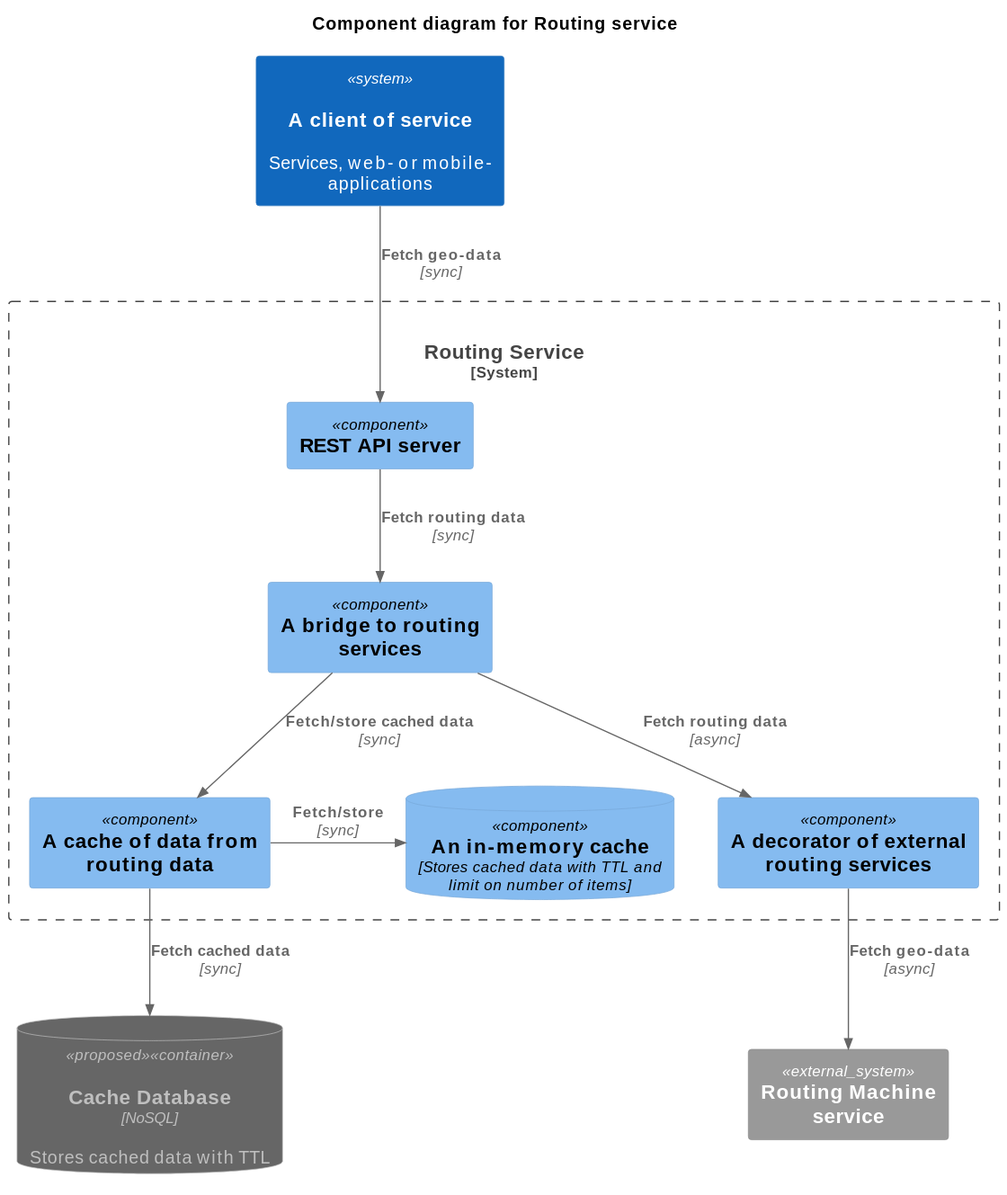
7phs/router keeps this PlantUML diagram as docs/architecture.wsd.svg. Above is the earlier version.
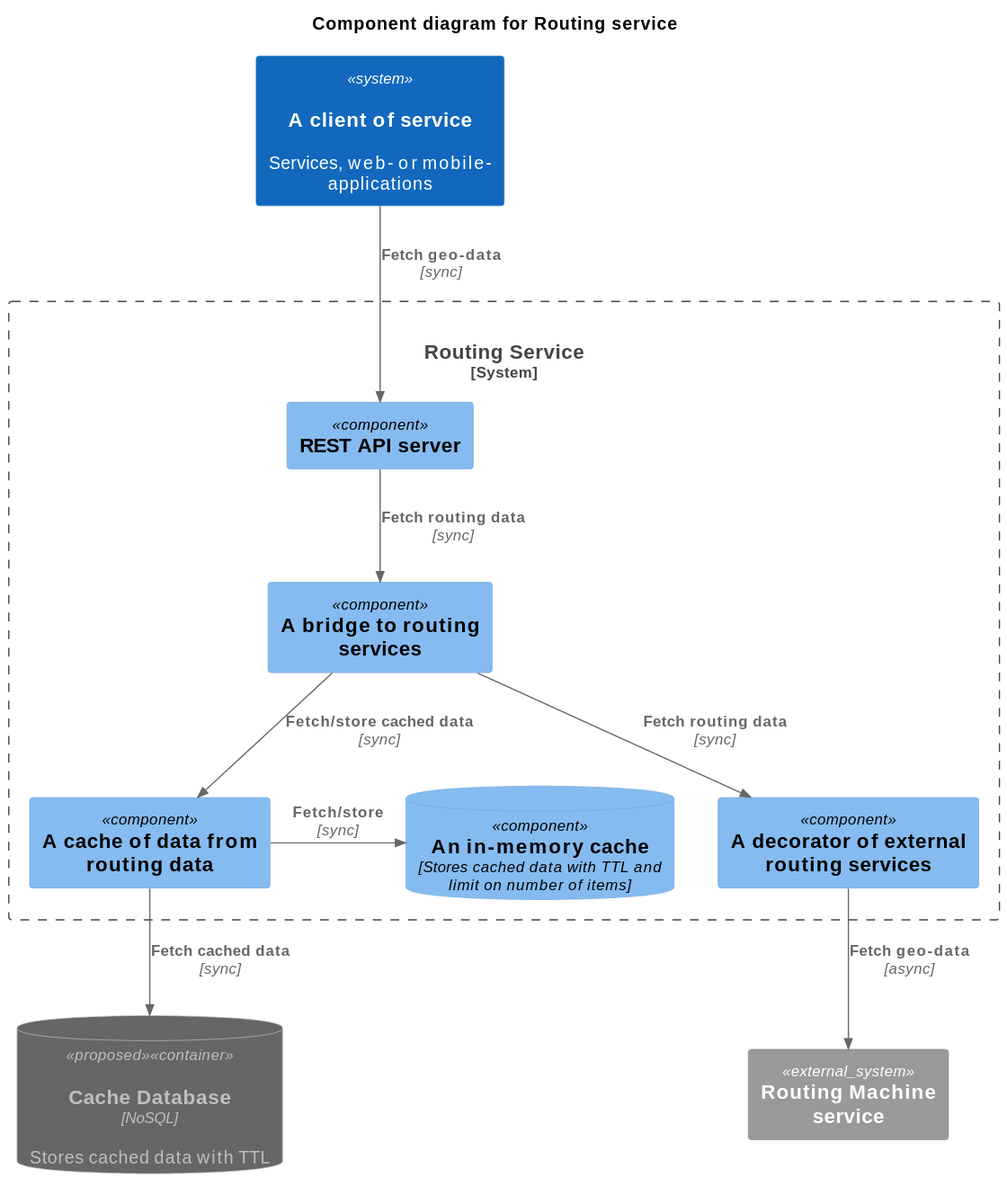
The same file after the commit.

Diff of the diagram source:
```diff
@@ -29,7 +29,7 @@
     Rel_Neighbor(cache, mem_cache, "Fetch/store", "sync")
     Rel(rest_api, bridge, "Fetch routing data", "sync")
     Rel(bridge, cache, "Fetch/store cached data", "sync")
-    Rel(bridge, decorator, "Fetch routing data", "async")
+    Rel(bridge, decorator, "Fetch routing data", "sync")
 }
 
 ContainerDb(cach_db, "Cache Database", "NoSQL", "Stores cached data with TTL", "proposed", $sprite="postgresql,color=gray")
```
